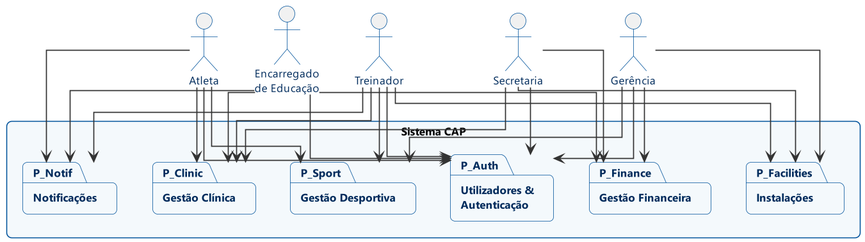
Before: Relatorio/images/casos_uso_geral.png, a diagram exported from PlantUML (MartiGames8899/LI4).
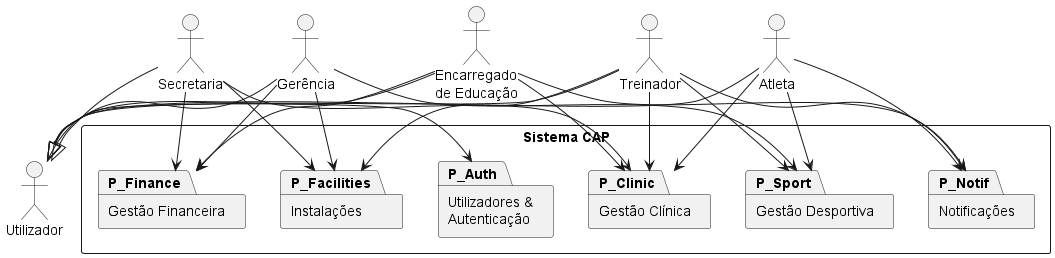
After the change.

Diff of the diagram source:
```diff
@@ -1,12 +1,17 @@
-@startuml casos_uso_geral
-!include _cap_skin.puml
-skinparam dpi 150
+@startuml
 
+actor "Utilizador"               as User
 actor "Atleta"                   as Athlete
 actor "Encarregado\nde Educação" as Parent
 actor "Treinador"                as Coach
 actor "Secretaria"               as Secretary
 actor "Gerência"                 as Management
+
+Athlete    --|> User
+Parent     --|> User
+Coach      --|> User
+Secretary  --|> User
+Management --|> User
 
 rectangle "Sistema CAP" {
     package "Utilizadores &\nAutenticação" as P_Auth
@@ -17,28 +22,25 @@
     package "Notificações"                 as P_Notif
 }
 
-Athlete    --> P_Auth
+User       --> P_Auth
+
 Athlete    --> P_Sport
 Athlete    --> P_Clinic
 Athlete    --> P_Notif
 
-Parent     --> P_Auth
 Parent     --> P_Clinic
 Parent     --> P_Finance
 Parent     --> P_Notif
 
-Coach      --> P_Auth
 Coach      --> P_Sport
 Coach      --> P_Clinic
 Coach      --> P_Facilities
 Coach      --> P_Notif
 
-Secretary  --> P_Auth
 Secretary  --> P_Clinic
 Secretary  --> P_Finance
 Secretary  --> P_Facilities
 
-Management --> P_Auth
 Management --> P_Finance
 Management --> P_Facilities
 Management --> P_Sport
```
